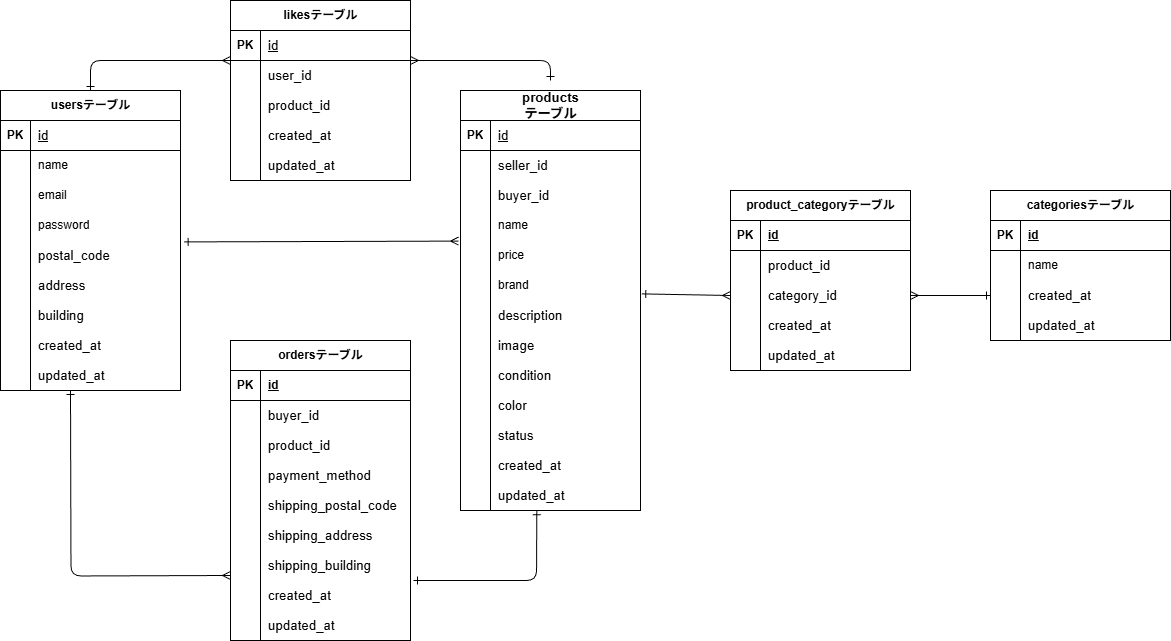
miho-85-ux/coachtech-fleamarket-app keeps this draw.io diagram as .drawio.png. Above is the earlier version. Source tidied: cells renumbered, new cells last; positions are measured from the earlier drawing's top-left corner, leaving out a move shared by most shapes.
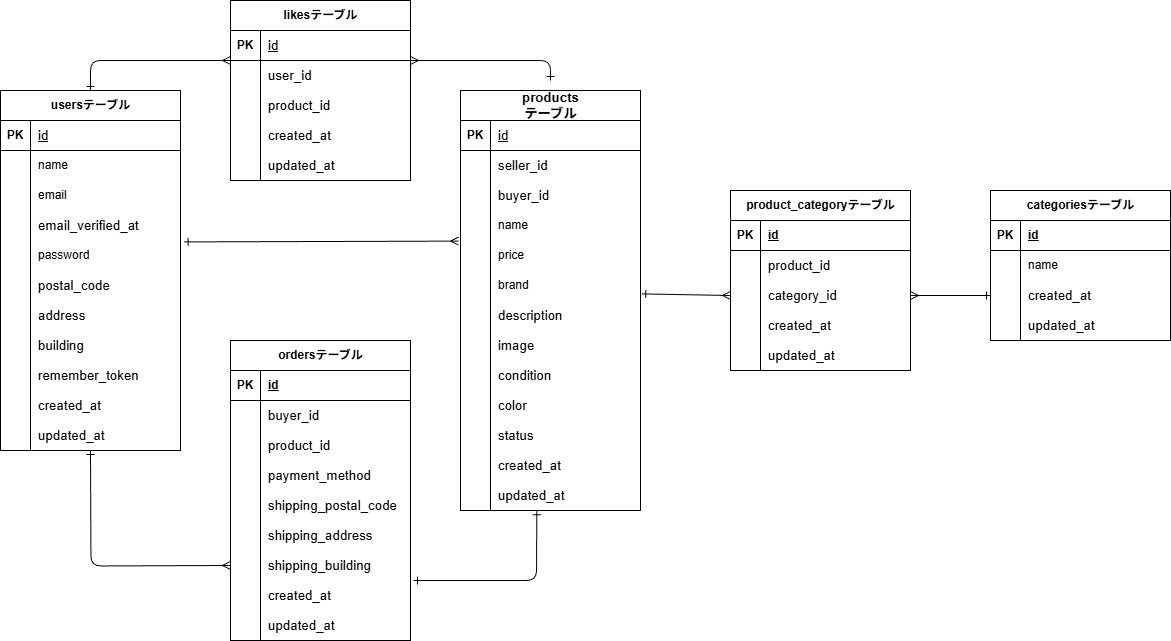
Above is the later version.

Diff of the diagram source:
```diff
@@ -3,7 +3,7 @@
     <mxCell id="0" />
     <mxCell id="1" parent="0" />
     <mxCell id="2" value="&lt;span style=&quot;color: rgb(0, 0, 0);&quot;&gt;usersテーブル&lt;/span&gt;" style="shape=table;startSize=30;rowLines=0;fontStyle=1;align=center;html=1;swimlaneLine=1;verticalAlign=middle;" parent="1" vertex="1">
-      <mxGeometry y="90" width="180" height="300" as="geometry" />
+      <mxGeometry y="90" width="180" height="360" as="geometry" />
     </mxCell>
     <mxCell id="3" style="shape=tableRow;horizontal=0;startSize=0;swimlaneHead=0;swimlaneBody=0;fillColor=none;top=0;left=0;right=0;bottom=1;" parent="2" vertex="1">
       <mxGeometry y="30" width="180" height="30" as="geometry" />
@@ -38,7 +38,7 @@
     <mxCell id="13" style="shape=partialRectangle;fillColor=none;top=0;left=0;bottom=0;right=0;overflow=hidden;whiteSpace=wrap;html=1;" parent="12" vertex="1">
       <mxGeometry width="30" height="30" as="geometry" />
     </mxCell>
-    <mxCell id="14" value="password" style="shape=partialRectangle;fillColor=none;top=0;left=0;bottom=0;right=0;align=left;spacingLeft=6;overflow=hidden;whiteSpace=wrap;html=1;" parent="12" vertex="1">
+    <mxCell id="14" value="&lt;span style=&quot;color: rgb(0, 0, 0); font-size: 10pt; font-family: Arial;&quot;&gt;email_verified_at&lt;/span&gt;" style="shape=partialRectangle;fillColor=none;top=0;left=0;bottom=0;right=0;align=left;spacingLeft=6;overflow=hidden;whiteSpace=wrap;html=1;" parent="12" vertex="1">
       <mxGeometry x="30" width="150" height="30" as="geometry" />
     </mxCell>
     <mxCell id="15" style="shape=tableRow;horizontal=0;startSize=0;swimlaneHead=0;swimlaneBody=0;fillColor=none;top=0;left=0;right=0;bottom=0;" parent="2" vertex="1">
@@ -47,7 +47,7 @@
     <mxCell id="16" style="shape=partialRectangle;fillColor=none;top=0;left=0;bottom=0;right=0;overflow=hidden;whiteSpace=wrap;html=1;" parent="15" vertex="1">
       <mxGeometry width="30" height="30" as="geometry" />
     </mxCell>
-    <mxCell id="17" value="&lt;span style=&quot;color: rgb(0, 0, 0); font-size: 10pt; font-family: Arial;&quot;&gt;postal_code&lt;/span&gt;" style="shape=partialRectangle;fillColor=none;top=0;left=0;bottom=0;right=0;align=left;spacingLeft=6;overflow=hidden;whiteSpace=wrap;html=1;" parent="15" vertex="1">
+    <mxCell id="17" value="&lt;span style=&quot;color: rgb(0, 0, 0);&quot;&gt;password&lt;/span&gt;" style="shape=partialRectangle;fillColor=none;top=0;left=0;bottom=0;right=0;align=left;spacingLeft=6;overflow=hidden;whiteSpace=wrap;html=1;" parent="15" vertex="1">
       <mxGeometry x="30" width="150" height="30" as="geometry" />
     </mxCell>
     <mxCell id="18" style="shape=tableRow;horizontal=0;startSize=0;swimlaneHead=0;swimlaneBody=0;fillColor=none;top=0;left=0;right=0;bottom=0;" parent="2" vertex="1">
@@ -56,7 +56,7 @@
     <mxCell id="19" style="shape=partialRectangle;fillColor=none;top=0;left=0;bottom=0;right=0;overflow=hidden;whiteSpace=wrap;html=1;" parent="18" vertex="1">
       <mxGeometry width="30" height="30" as="geometry" />
     </mxCell>
-    <mxCell id="20" value="&lt;span style=&quot;color: rgb(0, 0, 0); font-size: 10pt; font-family: Arial;&quot;&gt;address&lt;/span&gt;" style="shape=partialRectangle;fillColor=none;top=0;left=0;bottom=0;right=0;align=left;spacingLeft=6;overflow=hidden;whiteSpace=wrap;html=1;" parent="18" vertex="1">
+    <mxCell id="20" value="&lt;span style=&quot;color: rgb(0, 0, 0); font-family: Arial; font-size: 13.3333px;&quot;&gt;postal_code&lt;/span&gt;" style="shape=partialRectangle;fillColor=none;top=0;left=0;bottom=0;right=0;align=left;spacingLeft=6;overflow=hidden;whiteSpace=wrap;html=1;" parent="18" vertex="1">
       <mxGeometry x="30" width="150" height="30" as="geometry" />
     </mxCell>
     <mxCell id="21" style="shape=tableRow;horizontal=0;startSize=0;swimlaneHead=0;swimlaneBody=0;fillColor=none;top=0;left=0;right=0;bottom=0;" parent="2" vertex="1">
@@ -65,7 +65,7 @@
     <mxCell id="22" style="shape=partialRectangle;fillColor=none;top=0;left=0;bottom=0;right=0;overflow=hidden;whiteSpace=wrap;html=1;" parent="21" vertex="1">
       <mxGeometry width="30" height="30" as="geometry" />
     </mxCell>
-    <mxCell id="23" value="&lt;span style=&quot;color: rgb(0, 0, 0); font-size: 10pt; font-family: Arial;&quot;&gt;building&lt;/span&gt;" style="shape=partialRectangle;fillColor=none;top=0;left=0;bottom=0;right=0;align=left;spacingLeft=6;overflow=hidden;whiteSpace=wrap;html=1;" parent="21" vertex="1">
+    <mxCell id="23" value="&lt;span style=&quot;color: rgb(0, 0, 0); font-family: Arial; font-size: 13.3333px;&quot;&gt;address&lt;/span&gt;" style="shape=partialRectangle;fillColor=none;top=0;left=0;bottom=0;right=0;align=left;spacingLeft=6;overflow=hidden;whiteSpace=wrap;html=1;" parent="21" vertex="1">
       <mxGeometry x="30" width="150" height="30" as="geometry" />
     </mxCell>
     <mxCell id="24" style="shape=tableRow;horizontal=0;startSize=0;swimlaneHead=0;swimlaneBody=0;fillColor=none;top=0;left=0;right=0;bottom=0;" parent="2" vertex="1">
@@ -74,18 +74,36 @@
     <mxCell id="25" style="shape=partialRectangle;fillColor=none;top=0;left=0;bottom=0;right=0;overflow=hidden;whiteSpace=wrap;html=1;" parent="24" vertex="1">
       <mxGeometry width="30" height="30" as="geometry" />
     </mxCell>
-    <mxCell id="26" value="&lt;span style=&quot;color: rgb(0, 0, 0); font-size: 10pt; font-family: Arial;&quot;&gt;created_at&lt;/span&gt;" style="shape=partialRectangle;fillColor=none;top=0;left=0;bottom=0;right=0;align=left;spacingLeft=6;overflow=hidden;whiteSpace=wrap;html=1;" parent="24" vertex="1">
+    <mxCell id="26" value="&lt;span style=&quot;color: rgb(0, 0, 0); font-family: Arial; font-size: 13.3333px;&quot;&gt;building&lt;/span&gt;" style="shape=partialRectangle;fillColor=none;top=0;left=0;bottom=0;right=0;align=left;spacingLeft=6;overflow=hidden;whiteSpace=wrap;html=1;" parent="24" vertex="1">
       <mxGeometry x="30" width="150" height="30" as="geometry" />
     </mxCell>
+    <mxCell id="150" style="shape=tableRow;horizontal=0;startSize=0;swimlaneHead=0;swimlaneBody=0;fillColor=none;top=0;left=0;right=0;bottom=0;" parent="2" vertex="1">
+      <mxGeometry y="270" width="180" height="30" as="geometry" />
+    </mxCell>
+    <mxCell id="151" style="shape=partialRectangle;fillColor=none;top=0;left=0;bottom=0;right=0;overflow=hidden;whiteSpace=wrap;html=1;" parent="150" vertex="1">
+      <mxGeometry width="30" height="30" as="geometry" />
+    </mxCell>
+    <mxCell id="152" value="&lt;span style=&quot;color: rgb(0, 0, 0); font-family: Arial; font-size: 13.3333px;&quot;&gt;remember_token&lt;/span&gt;" style="shape=partialRectangle;fillColor=none;top=0;left=0;bottom=0;right=0;align=left;spacingLeft=6;overflow=hidden;whiteSpace=wrap;html=1;" parent="150" vertex="1">
+      <mxGeometry x="30" width="150" height="30" as="geometry" />
+    </mxCell>
     <mxCell id="27" style="shape=tableRow;horizontal=0;startSize=0;swimlaneHead=0;swimlaneBody=0;fillColor=none;top=0;left=0;right=0;bottom=0;" parent="2" vertex="1">
-      <mxGeometry y="270" width="180" height="30" as="geometry" />
+      <mxGeometry y="300" width="180" height="30" as="geometry" />
     </mxCell>
     <mxCell id="28" style="shape=partialRectangle;fillColor=none;top=0;left=0;bottom=0;right=0;overflow=hidden;whiteSpace=wrap;html=1;" parent="27" vertex="1">
       <mxGeometry width="30" height="30" as="geometry" />
     </mxCell>
-    <mxCell id="29" value="&lt;span style=&quot;color: rgb(0, 0, 0); font-size: 10pt; font-family: Arial;&quot;&gt;updated_at&lt;/span&gt;" style="shape=partialRectangle;fillColor=none;top=0;left=0;bottom=0;right=0;align=left;spacingLeft=6;overflow=hidden;whiteSpace=wrap;html=1;" parent="27" vertex="1">
+    <mxCell id="29" value="&lt;span style=&quot;color: rgb(0, 0, 0); font-family: Arial; font-size: 13.3333px;&quot;&gt;created_at&lt;/span&gt;" style="shape=partialRectangle;fillColor=none;top=0;left=0;bottom=0;right=0;align=left;spacingLeft=6;overflow=hidden;whiteSpace=wrap;html=1;" parent="27" vertex="1">
       <mxGeometry x="30" width="150" height="30" as="geometry" />
     </mxCell>
+    <mxCell id="153" style="shape=tableRow;horizontal=0;startSize=0;swimlaneHead=0;swimlaneBody=0;fillColor=none;top=0;left=0;right=0;bottom=0;" parent="2" vertex="1">
+      <mxGeometry y="330" width="180" height="30" as="geometry" />
+    </mxCell>
+    <mxCell id="154" style="shape=partialRectangle;fillColor=none;top=0;left=0;bottom=0;right=0;overflow=hidden;whiteSpace=wrap;html=1;" parent="153" vertex="1">
+      <mxGeometry width="30" height="30" as="geometry" />
+    </mxCell>
+    <mxCell id="155" value="&lt;span style=&quot;color: rgb(0, 0, 0); font-size: 10pt; font-family: Arial;&quot;&gt;updated_at&lt;/span&gt;" style="shape=partialRectangle;fillColor=none;top=0;left=0;bottom=0;right=0;align=left;spacingLeft=6;overflow=hidden;whiteSpace=wrap;html=1;" parent="153" vertex="1">
+      <mxGeometry x="30" width="150" height="30" as="geometry" />
+    </mxCell>
     <mxCell id="30" style="html=1;endArrow=ERmany;endFill=0;startArrow=ERone;startFill=0;" parent="1" edge="1">
       <mxGeometry relative="1" as="geometry">
         <mxPoint x="550" y="80" as="sourcePoint" />
@@ -453,10 +471,10 @@
         </Array>
       </mxGeometry>
     </mxCell>
-    <mxCell id="147" style="edgeStyle=orthogonalEdgeStyle;html=1;exitX=0;exitY=0.5;exitDx=0;exitDy=0;entryX=0.464;entryY=1.167;entryDx=0;entryDy=0;entryPerimeter=0;endArrow=ERone;endFill=0;startArrow=ERmany;startFill=0;" parent="1" edge="1">
+    <mxCell id="147" style="edgeStyle=orthogonalEdgeStyle;html=1;exitX=0;exitY=0.5;exitDx=0;exitDy=0;endArrow=ERone;endFill=0;startArrow=ERmany;startFill=0;" parent="1" edge="1">
       <mxGeometry relative="1" as="geometry">
-        <mxPoint x="230" y="575" as="sourcePoint" />
-        <mxPoint x="70" y="390" as="targetPoint" />
+        <mxPoint x="230" y="565" as="sourcePoint" />
+        <mxPoint x="90" y="450" as="targetPoint" />
       </mxGeometry>
     </mxCell>
     <mxCell id="148" style="edgeStyle=none;html=1;entryX=0;entryY=0.5;entryDx=0;entryDy=0;endArrow=ERmany;endFill=0;startArrow=ERone;startFill=0;exitX=1.007;exitY=0.78;exitDx=0;exitDy=0;exitPerimeter=0;" parent="1" edge="1" source="47" target="135">
```
